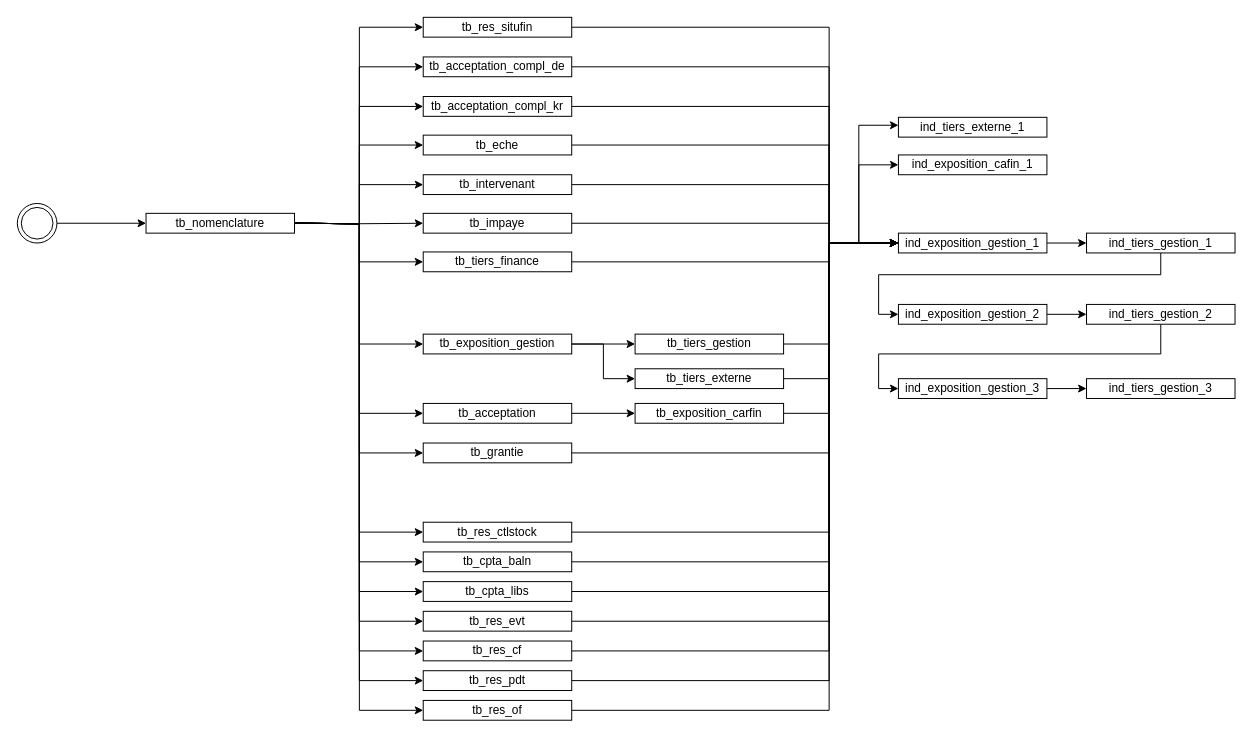
Before: page "loading_order" (1 of 22) of schema_laurent.drawio in wunyu/drawio, a draw.io diagram. Source tidied: cells renumbered, new cells numbered last; positions are measured from the earlier drawing's top-left corner, leaving out a move shared by most shapes. Both pictures are drawn from the tidied source at 99%, with x=0, y=0 at pixel (17, 17).
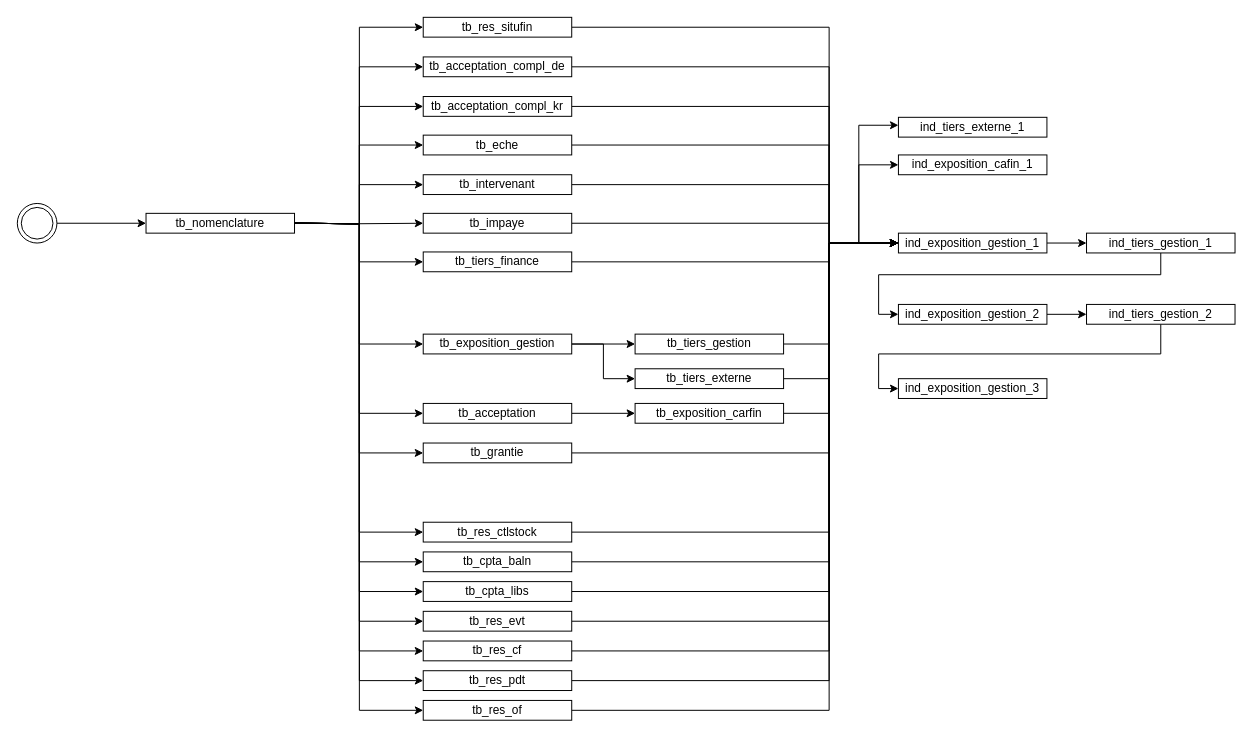
The same page after the edit.

The change refers to these unchanged cells:
```xml
<mxCell id="72" value="ind_exposition_gestion_3" style="whiteSpace=wrap;html=1;" parent="1" vertex="1">
  <mxGeometry x="890" y="365" width="150" height="20" as="geometry" />
</mxCell>
```

Diff of the diagram source:
```diff
@@
-    <mxCell id="71" style="edgeStyle=orthogonalEdgeStyle;rounded=0;jettySize=auto;html=1;" parent="1" edge="1" source="72" target="73">
-      <mxGeometry relative="1" as="geometry" />
-    </mxCell>
@@
-    <mxCell id="73" value="ind_tiers_gestion_3" style="whiteSpace=wrap;html=1;" parent="1" vertex="1">
-      <mxGeometry x="1080" y="365" width="150" height="20" as="geometry" />
-    </mxCell>
```
